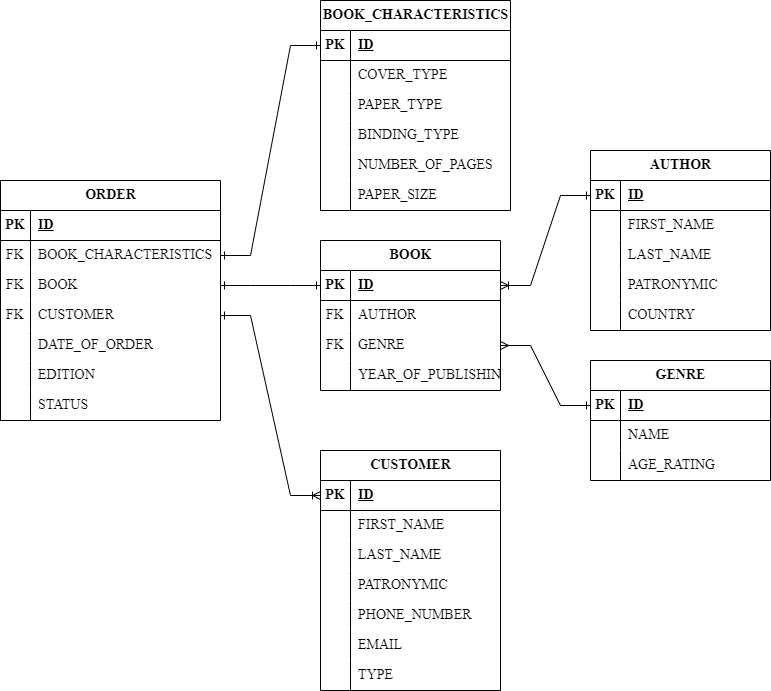
The draw.io diagram Lab01/Lab01ER.png in alafyte/PRBDIP-6-term, before a commit. Source tidied: cells renumbered, new cells last; positions are measured from the earlier drawing's top-left corner, leaving out a move shared by most shapes.
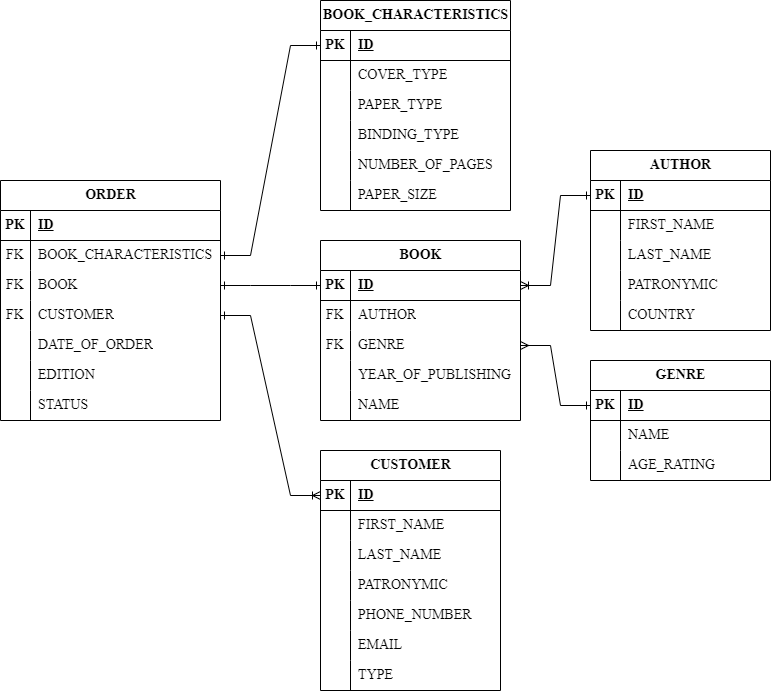
The same diagram one commit later.

Diff of the diagram source:
```diff
@@ -3,44 +3,53 @@
     <mxCell id="0" />
     <mxCell id="1" parent="0" />
     <mxCell id="2" value="BOOK" style="shape=table;startSize=30;rowLines=0;fontStyle=1;align=center;html=1;fontFamily=Times New Roman;fontSize=14;" parent="1" vertex="1">
-      <mxGeometry x="320" y="240" width="180" height="150" as="geometry" />
+      <mxGeometry x="320" y="240" width="200" height="180" as="geometry" />
     </mxCell>
     <mxCell id="3" style="shape=tableRow;horizontal=0;startSize=0;swimlaneHead=0;swimlaneBody=0;fillColor=none;points=[[0,0.5],[1,0.5]];portConstraint=eastwest;top=0;left=0;right=0;bottom=1;fontFamily=Times New Roman;fontSize=14;" parent="2" vertex="1">
-      <mxGeometry y="30" width="180" height="30" as="geometry" />
+      <mxGeometry y="30" width="200" height="30" as="geometry" />
     </mxCell>
     <mxCell id="4" value="PK" style="shape=partialRectangle;fillColor=none;top=0;left=0;bottom=0;right=0;fontStyle=1;overflow=hidden;whiteSpace=wrap;html=1;fontFamily=Times New Roman;fontSize=14;" parent="3" vertex="1">
       <mxGeometry width="30" height="30" as="geometry" />
     </mxCell>
     <mxCell id="5" value="ID" style="shape=partialRectangle;fillColor=none;top=0;left=0;bottom=0;right=0;align=left;spacingLeft=6;fontStyle=5;overflow=hidden;whiteSpace=wrap;html=1;fontFamily=Times New Roman;fontSize=14;" parent="3" vertex="1">
-      <mxGeometry x="30" width="150" height="30" as="geometry" />
+      <mxGeometry x="30" width="170" height="30" as="geometry" />
     </mxCell>
     <mxCell id="6" style="shape=tableRow;horizontal=0;startSize=0;swimlaneHead=0;swimlaneBody=0;fillColor=none;top=0;left=0;right=0;bottom=0;fontFamily=Times New Roman;fontSize=14;" parent="2" vertex="1">
-      <mxGeometry y="60" width="180" height="30" as="geometry" />
+      <mxGeometry y="60" width="200" height="30" as="geometry" />
     </mxCell>
     <mxCell id="7" value="FK" style="shape=partialRectangle;fillColor=none;top=0;left=0;bottom=0;right=0;overflow=hidden;whiteSpace=wrap;html=1;fontFamily=Times New Roman;fontSize=14;" parent="6" vertex="1">
       <mxGeometry width="30" height="30" as="geometry" />
     </mxCell>
     <mxCell id="8" value="AUTHOR" style="shape=partialRectangle;fillColor=none;top=0;left=0;bottom=0;right=0;align=left;spacingLeft=6;overflow=hidden;whiteSpace=wrap;html=1;fontFamily=Times New Roman;fontSize=14;" parent="6" vertex="1">
-      <mxGeometry x="30" width="150" height="30" as="geometry" />
+      <mxGeometry x="30" width="170" height="30" as="geometry" />
     </mxCell>
     <mxCell id="9" style="shape=tableRow;horizontal=0;startSize=0;swimlaneHead=0;swimlaneBody=0;fillColor=none;points=[[0,0.5],[1,0.5]];portConstraint=eastwest;top=0;left=0;right=0;bottom=0;fontFamily=Times New Roman;fontSize=14;" parent="2" vertex="1">
-      <mxGeometry y="90" width="180" height="30" as="geometry" />
+      <mxGeometry y="90" width="200" height="30" as="geometry" />
     </mxCell>
     <mxCell id="10" value="FK" style="shape=partialRectangle;fillColor=none;top=0;left=0;bottom=0;right=0;overflow=hidden;whiteSpace=wrap;html=1;fontFamily=Times New Roman;fontSize=14;" parent="9" vertex="1">
       <mxGeometry width="30" height="30" as="geometry" />
     </mxCell>
     <mxCell id="11" value="GENRE" style="shape=partialRectangle;fillColor=none;top=0;left=0;bottom=0;right=0;align=left;spacingLeft=6;overflow=hidden;whiteSpace=wrap;html=1;fontFamily=Times New Roman;fontSize=14;" parent="9" vertex="1">
-      <mxGeometry x="30" width="150" height="30" as="geometry" />
+      <mxGeometry x="30" width="170" height="30" as="geometry" />
     </mxCell>
     <mxCell id="12" style="shape=tableRow;horizontal=0;startSize=0;swimlaneHead=0;swimlaneBody=0;fillColor=none;top=0;left=0;right=0;bottom=0;fontFamily=Times New Roman;fontSize=14;" parent="2" vertex="1">
-      <mxGeometry y="120" width="180" height="30" as="geometry" />
+      <mxGeometry y="120" width="200" height="30" as="geometry" />
     </mxCell>
     <mxCell id="13" style="shape=partialRectangle;fillColor=none;top=0;left=0;bottom=0;right=0;overflow=hidden;whiteSpace=wrap;html=1;fontFamily=Times New Roman;fontSize=14;" parent="12" vertex="1">
       <mxGeometry width="30" height="30" as="geometry" />
     </mxCell>
     <mxCell id="14" value="YEAR_OF_PUBLISHING" style="shape=partialRectangle;fillColor=none;top=0;left=0;bottom=0;right=0;align=left;spacingLeft=6;overflow=hidden;whiteSpace=wrap;html=1;fontFamily=Times New Roman;fontSize=14;" parent="12" vertex="1">
-      <mxGeometry x="30" width="150" height="30" as="geometry" />
+      <mxGeometry x="30" width="170" height="30" as="geometry" />
     </mxCell>
+    <mxCell id="109" style="shape=tableRow;horizontal=0;startSize=0;swimlaneHead=0;swimlaneBody=0;fillColor=none;top=0;left=0;right=0;bottom=0;fontFamily=Times New Roman;fontSize=14;" parent="2" vertex="1">
+      <mxGeometry y="150" width="200" height="30" as="geometry" />
+    </mxCell>
+    <mxCell id="110" style="shape=partialRectangle;fillColor=none;top=0;left=0;bottom=0;right=0;overflow=hidden;whiteSpace=wrap;html=1;fontFamily=Times New Roman;fontSize=14;" parent="109" vertex="1">
+      <mxGeometry width="30" height="30" as="geometry" />
+    </mxCell>
+    <mxCell id="111" value="NAME" style="shape=partialRectangle;fillColor=none;top=0;left=0;bottom=0;right=0;align=left;spacingLeft=6;overflow=hidden;whiteSpace=wrap;html=1;fontFamily=Times New Roman;fontSize=14;" parent="109" vertex="1">
+      <mxGeometry x="30" width="170" height="30" as="geometry" />
+    </mxCell>
     <mxCell id="15" value="AUTHOR" style="shape=table;startSize=30;rowLines=0;fontStyle=1;align=center;html=1;fontFamily=Times New Roman;fontSize=14;" parent="1" vertex="1">
       <mxGeometry x="590" y="150" width="180" height="180" as="geometry" />
     </mxCell>
```
